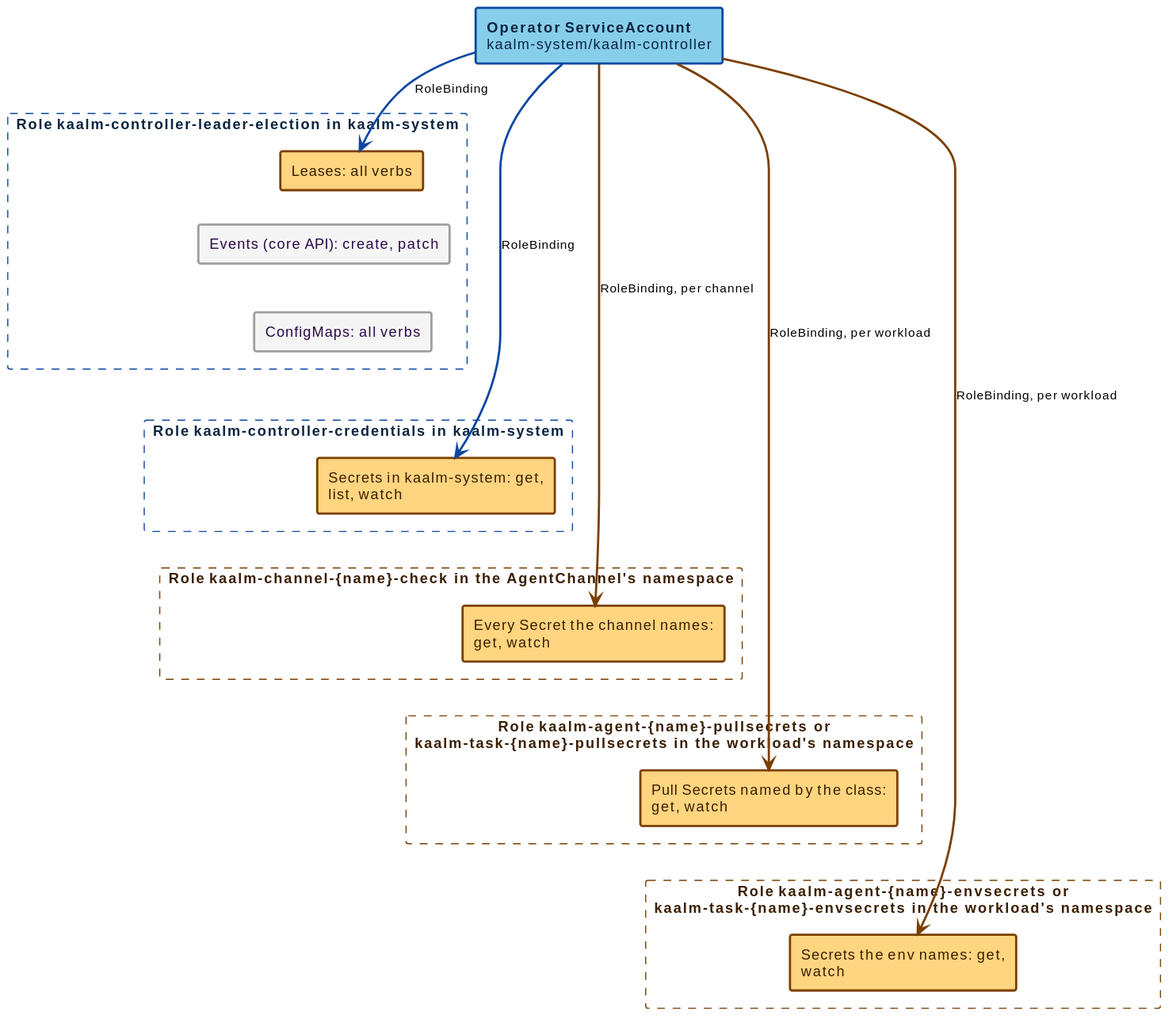
Earlier version of the PlantUML export docs/src/diagrams/operator-rbac-namespaced.svg (win07xp/kaalm).
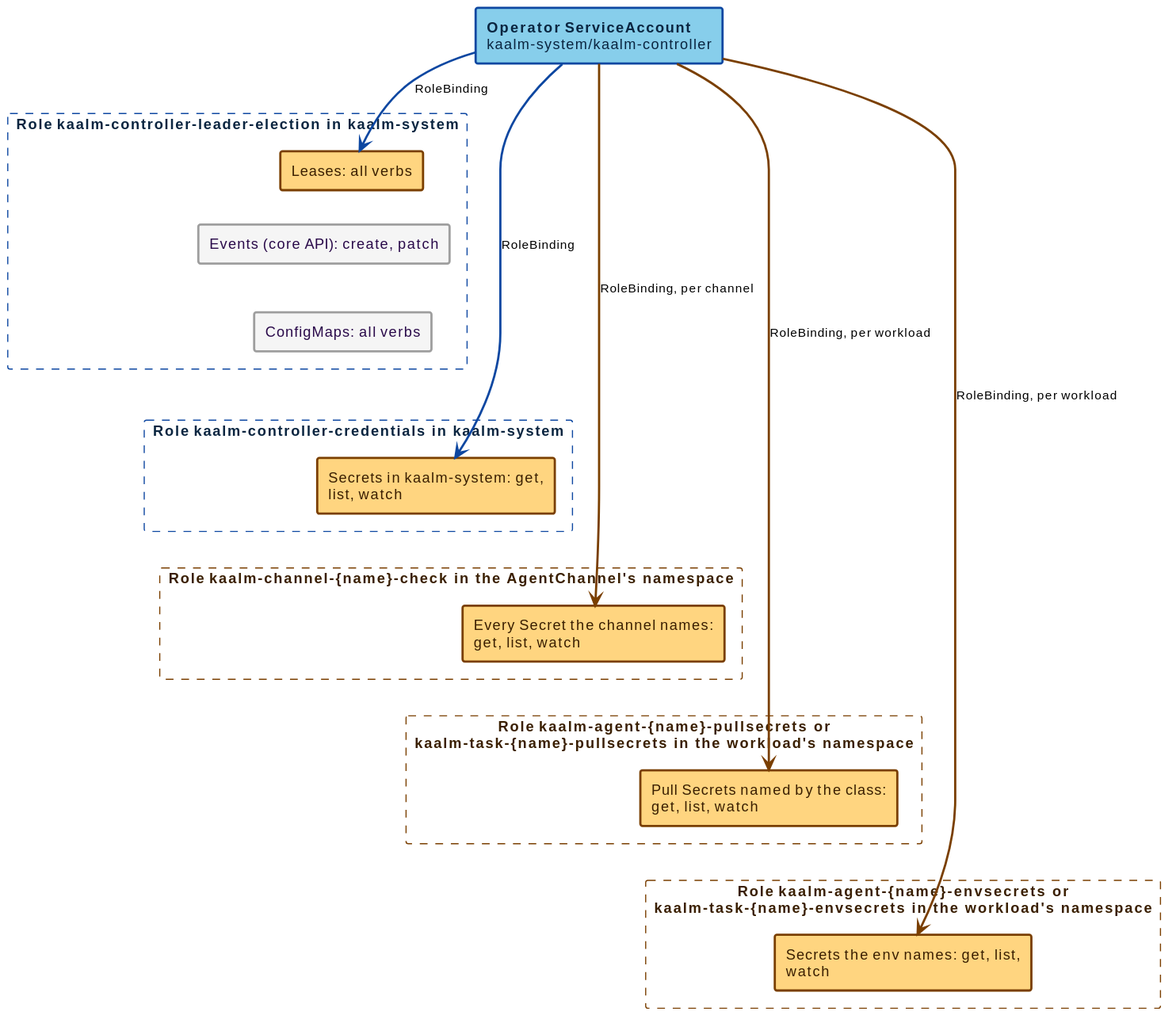
Above is the later version.

Diff of the diagram source:
```diff
@@ -15,13 +15,13 @@
   rectangle "Secrets in kaalm-system: get, list, watch" as syssec #back:FFD580;line:7a3f00;line.bold;text:3a1f00
 }
 rectangle "**Role** kaalm-channel-{name}-check in the AgentChannel's namespace" as nsuser #line:7a3f00;line.dashed;text:3a1f00 {
-  rectangle "Every Secret the channel names: get, watch" as chsec #back:FFD580;line:7a3f00;line.bold;text:3a1f00
+  rectangle "Every Secret the channel names: get, list, watch" as chsec #back:FFD580;line:7a3f00;line.bold;text:3a1f00
 }
 rectangle "**Role** kaalm-agent-{name}-pullsecrets or\nkaalm-task-{name}-pullsecrets in the workload's namespace" as nspull #line:7a3f00;line.dashed;text:3a1f00 {
-  rectangle "Pull Secrets named by the class: get, watch" as pullsec #back:FFD580;line:7a3f00;line.bold;text:3a1f00
+  rectangle "Pull Secrets named by the class: get, list, watch" as pullsec #back:FFD580;line:7a3f00;line.bold;text:3a1f00
 }
 rectangle "**Role** kaalm-agent-{name}-envsecrets or\nkaalm-task-{name}-envsecrets in the workload's namespace" as nsenv #line:7a3f00;line.dashed;text:3a1f00 {
-  rectangle "Secrets the env names: get, watch" as envsec #back:FFD580;line:7a3f00;line.bold;text:3a1f00
+  rectangle "Secrets the env names: get, list, watch" as envsec #back:FFD580;line:7a3f00;line.bold;text:3a1f00
 }
 OPSA -[#0D47A1,bold]-> leases : RoleBinding
 OPSA -[#0D47A1,bold]-> syssec : RoleBinding
```
